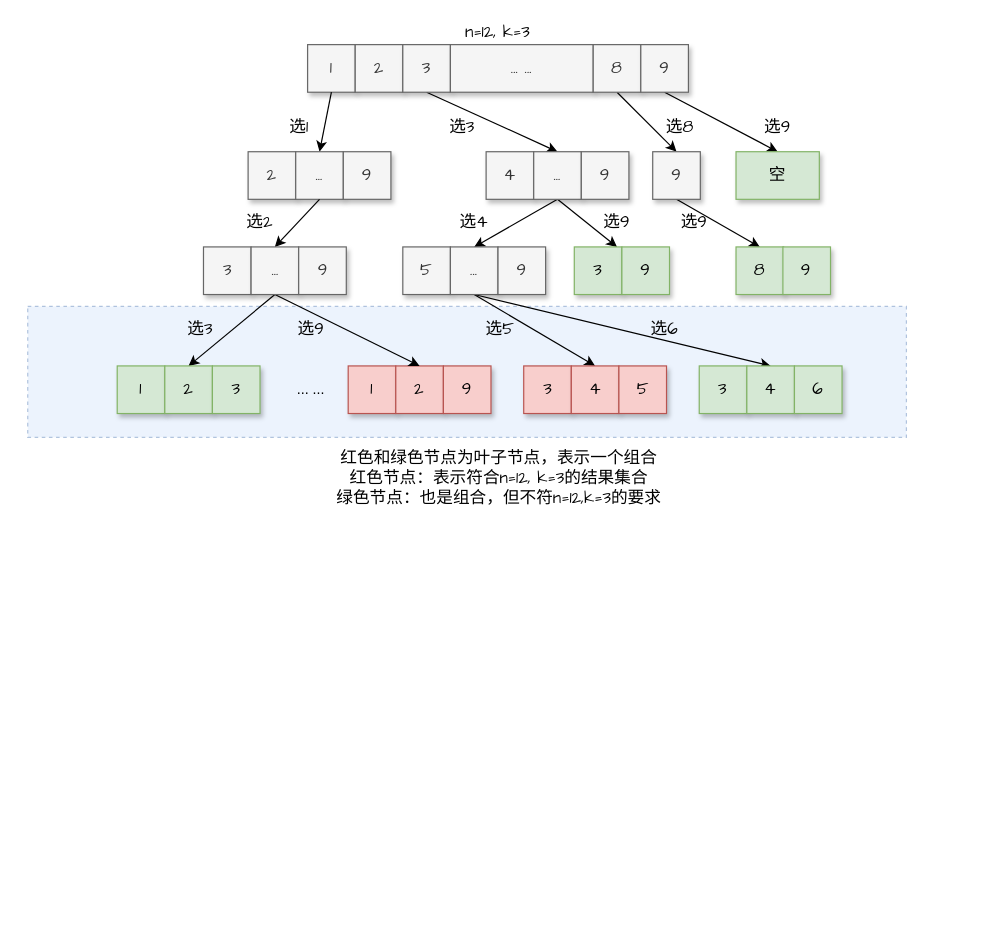
This is draw.io/组合总合III.drawio from goldknife6/algorithm, a draw.io file, before an edit. Source tidied: cells renumbered, new cells numbered last; positions are measured from the earlier drawing's top-left corner, leaving out a move shared by most shapes. Both pictures are drawn from the tidied source at 119%, with x=0, y=0 at pixel (24, 20).
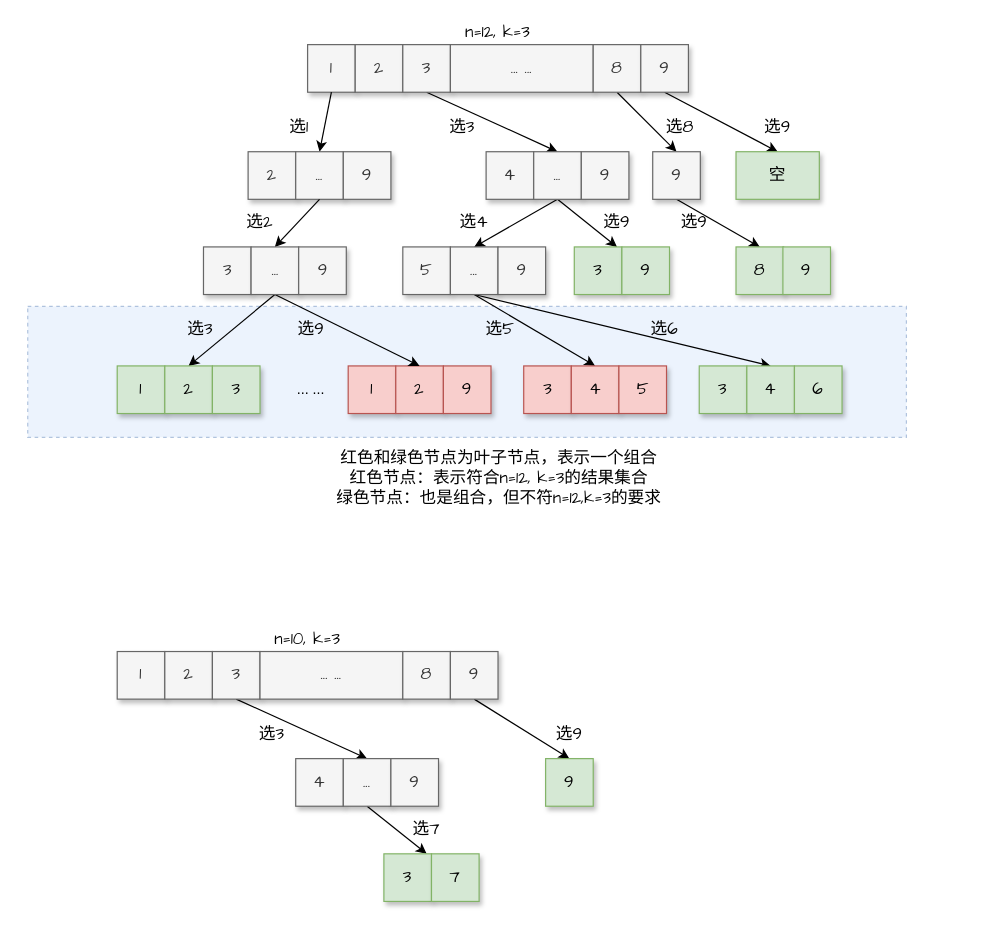
The same diagram, later.

Commit message:
更新组合总合III.drawio

Change to the diagram source:
```diff
@@
+    <mxCell id="66" value="&lt;font style=&quot;font-size: 14px&quot; face=&quot;Comic Sans MS&quot;&gt;1&lt;/font&gt;" style="rounded=0;whiteSpace=wrap;html=1;fillColor=#f5f5f5;fontColor=#333333;strokeColor=#666666;shadow=1;" parent="1" vertex="1">
+      <mxGeometry x="78" y="530" width="40" height="40" as="geometry" />
+    </mxCell>
+    <mxCell id="67" value="&lt;font style=&quot;font-size: 14px&quot; face=&quot;Comic Sans MS&quot;&gt;2&lt;/font&gt;" style="rounded=0;whiteSpace=wrap;html=1;fillColor=#f5f5f5;fontColor=#333333;strokeColor=#666666;shadow=1;" parent="1" vertex="1">
+      <mxGeometry x="118" y="530" width="40" height="40" as="geometry" />
+    </mxCell>
+    <mxCell id="68" value="n=10, k=3" style="text;html=1;strokeColor=none;fillColor=none;align=center;verticalAlign=middle;whiteSpace=wrap;rounded=0;shadow=0;dashed=1;fontFamily=Comic Sans MS;fontSize=14;opacity=50;" parent="1" vertex="1">
+      <mxGeometry x="78" y="510" width="320" height="20" as="geometry" />
+    </mxCell>
+    <mxCell id="69" style="rounded=0;jettySize=auto;html=1;exitX=0.5;exitY=1;exitDx=0;exitDy=0;entryX=0.5;entryY=0;entryDx=0;entryDy=0;" parent="1" edge="1" source="70" target="73">
+      <mxGeometry relative="1" as="geometry" />
+    </mxCell>
+    <mxCell id="70" value="&lt;font style=&quot;font-size: 14px&quot; face=&quot;Comic Sans MS&quot;&gt;3&lt;/font&gt;" style="rounded=0;whiteSpace=wrap;html=1;fillColor=#f5f5f5;fontColor=#333333;strokeColor=#666666;shadow=1;" parent="1" vertex="1">
+      <mxGeometry x="158" y="530" width="40" height="40" as="geometry" />
+    </mxCell>
+    <mxCell id="71" value="&lt;font style=&quot;font-size: 14px&quot; face=&quot;Comic Sans MS&quot;&gt;4&lt;/font&gt;" style="rounded=0;whiteSpace=wrap;html=1;fillColor=#f5f5f5;fontColor=#333333;strokeColor=#666666;shadow=1;" parent="1" vertex="1">
+      <mxGeometry x="228" y="620" width="40" height="40" as="geometry" />
+    </mxCell>
+    <mxCell id="72" style="edgeStyle=none;rounded=0;jettySize=auto;html=1;exitX=0.5;exitY=1;exitDx=0;exitDy=0;entryX=0.5;entryY=0;entryDx=0;entryDy=0;" parent="1" edge="1" source="73">
+      <mxGeometry relative="1" as="geometry">
+        <mxPoint x="338" y="700" as="targetPoint" />
+      </mxGeometry>
+    </mxCell>
+    <mxCell id="73" value="&lt;font style=&quot;font-size: 14px&quot; face=&quot;Comic Sans MS&quot;&gt;...&lt;/font&gt;" style="rounded=0;whiteSpace=wrap;html=1;fillColor=#f5f5f5;fontColor=#333333;strokeColor=#666666;shadow=1;" parent="1" vertex="1">
+      <mxGeometry x="268" y="620" width="40" height="40" as="geometry" />
+    </mxCell>
+    <mxCell id="74" value="&lt;font style=&quot;font-size: 14px&quot; face=&quot;Comic Sans MS&quot;&gt;9&lt;/font&gt;" style="rounded=0;whiteSpace=wrap;html=1;fillColor=#f5f5f5;fontColor=#333333;strokeColor=#666666;shadow=1;" parent="1" vertex="1">
+      <mxGeometry x="308" y="620" width="40" height="40" as="geometry" />
+    </mxCell>
+    <mxCell id="75" value="选3" style="text;html=1;strokeColor=none;fillColor=none;align=center;verticalAlign=middle;whiteSpace=wrap;rounded=0;shadow=1;fontFamily=Comic Sans MS;fontSize=14;" parent="1" vertex="1">
+      <mxGeometry x="188" y="590" width="40" height="20" as="geometry" />
+    </mxCell>
+    <mxCell id="76" value="&lt;font style=&quot;font-size: 14px&quot; face=&quot;Comic Sans MS&quot;&gt;... ...&lt;/font&gt;" style="rounded=0;whiteSpace=wrap;html=1;fillColor=#f5f5f5;fontColor=#333333;strokeColor=#666666;shadow=1;" parent="1" vertex="1">
+      <mxGeometry x="198" y="530" width="120" height="40" as="geometry" />
+    </mxCell>
+    <mxCell id="77" value="&lt;font style=&quot;font-size: 14px&quot; face=&quot;Comic Sans MS&quot;&gt;8&lt;/font&gt;" style="rounded=0;whiteSpace=wrap;html=1;fillColor=#f5f5f5;fontColor=#333333;strokeColor=#666666;shadow=1;" parent="1" vertex="1">
+      <mxGeometry x="318" y="530" width="40" height="40" as="geometry" />
+    </mxCell>
+    <mxCell id="78" style="edgeStyle=none;rounded=0;jettySize=auto;html=1;exitX=0.5;exitY=1;exitDx=0;exitDy=0;entryX=0.5;entryY=0;entryDx=0;entryDy=0;" parent="1" edge="1" source="79" target="80">
+      <mxGeometry relative="1" as="geometry" />
+    </mxCell>
+    <mxCell id="79" value="&lt;font style=&quot;font-size: 14px&quot; face=&quot;Comic Sans MS&quot;&gt;9&lt;/font&gt;" style="rounded=0;whiteSpace=wrap;html=1;fillColor=#f5f5f5;fontColor=#333333;strokeColor=#666666;shadow=1;" parent="1" vertex="1">
+      <mxGeometry x="358" y="530" width="40" height="40" as="geometry" />
+    </mxCell>
+    <mxCell id="80" value="&lt;font style=&quot;font-size: 14px&quot; face=&quot;Comic Sans MS&quot;&gt;9&lt;/font&gt;" style="rounded=0;whiteSpace=wrap;html=1;fillColor=#d5e8d4;strokeColor=#82b366;shadow=1;" parent="1" vertex="1">
+      <mxGeometry x="438" y="620" width="40" height="40" as="geometry" />
+    </mxCell>
+    <mxCell id="81" value="选9" style="text;html=1;strokeColor=none;fillColor=none;align=center;verticalAlign=middle;whiteSpace=wrap;rounded=0;shadow=1;fontFamily=Comic Sans MS;fontSize=14;" parent="1" vertex="1">
+      <mxGeometry x="438" y="590" width="40" height="20" as="geometry" />
+    </mxCell>
+    <mxCell id="82" value="选7" style="text;html=1;strokeColor=none;fillColor=none;align=center;verticalAlign=middle;whiteSpace=wrap;rounded=0;shadow=1;fontFamily=Comic Sans MS;fontSize=14;" parent="1" vertex="1">
+      <mxGeometry x="318" y="670" width="40" height="20" as="geometry" />
+    </mxCell>
+    <mxCell id="83" value="&lt;font style=&quot;font-size: 14px&quot; face=&quot;Comic Sans MS&quot;&gt;3&lt;/font&gt;" style="rounded=0;whiteSpace=wrap;html=1;fillColor=#d5e8d4;strokeColor=#82b366;shadow=1;" parent="1" vertex="1">
+      <mxGeometry x="302.1" y="700" width="40" height="40" as="geometry" />
+    </mxCell>
+    <mxCell id="84" value="&lt;font style=&quot;font-size: 14px&quot; face=&quot;Comic Sans MS&quot;&gt;7&lt;/font&gt;" style="rounded=0;whiteSpace=wrap;html=1;fillColor=#d5e8d4;strokeColor=#82b366;shadow=1;" parent="1" vertex="1">
+      <mxGeometry x="342.1" y="700" width="40" height="40" as="geometry" />
+    </mxCell>
```
